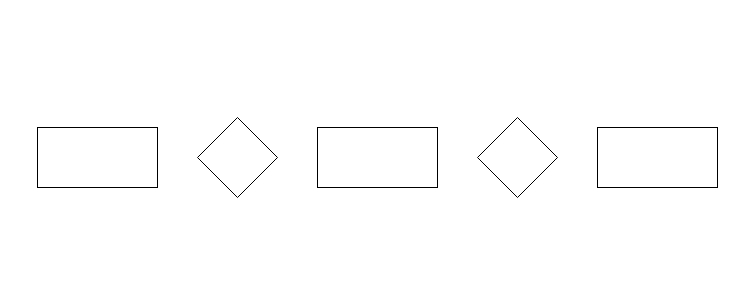
Earlier version of the draw.io diagram projetoloja.drawio (M4rquesGustavo/3ds). Source tidied: cells renumbered, new cells numbered last; positions are measured from the earlier drawing's top-left corner, leaving out a move shared by most shapes. Both pictures are drawn from the tidied source at 100%, with x=0, y=0 at pixel (37, 117).
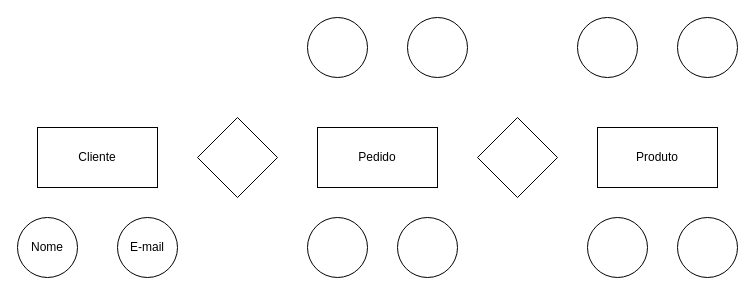
The same diagram, later.

Change to the diagram source:
```diff
@@
+    <mxCell id="7" value="Cliente" style="text;html=1;align=center;verticalAlign=middle;whiteSpace=wrap;rounded=0;" parent="1" vertex="1">
+      <mxGeometry x="30" y="25" width="60" height="30" as="geometry" />
+    </mxCell>
+    <mxCell id="8" value="Pedido" style="text;html=1;align=center;verticalAlign=middle;whiteSpace=wrap;rounded=0;" parent="1" vertex="1">
+      <mxGeometry x="310" y="25" width="60" height="30" as="geometry" />
+    </mxCell>
+    <mxCell id="9" value="Produto" style="text;html=1;align=center;verticalAlign=middle;whiteSpace=wrap;rounded=0;" parent="1" vertex="1">
+      <mxGeometry x="590" y="25" width="60" height="30" as="geometry" />
+    </mxCell>
+    <mxCell id="10" style="ellipse;whiteSpace=wrap;html=1;" parent="1" vertex="1">
+      <mxGeometry x="-20" y="100" width="60" height="60" as="geometry" />
+    </mxCell>
+    <mxCell id="11" style="ellipse;whiteSpace=wrap;html=1;" parent="1" vertex="1">
+      <mxGeometry x="270" y="-100" width="60" height="60" as="geometry" />
+    </mxCell>
+    <mxCell id="12" style="ellipse;whiteSpace=wrap;html=1;" parent="1" vertex="1">
+      <mxGeometry x="80" y="100" width="60" height="60" as="geometry" />
+    </mxCell>
+    <mxCell id="13" style="ellipse;whiteSpace=wrap;html=1;" parent="1" vertex="1">
+      <mxGeometry x="640" y="-100" width="60" height="60" as="geometry" />
+    </mxCell>
+    <mxCell id="14" style="ellipse;whiteSpace=wrap;html=1;" parent="1" vertex="1">
+      <mxGeometry x="540" y="-100" width="60" height="60" as="geometry" />
+    </mxCell>
+    <mxCell id="15" style="ellipse;whiteSpace=wrap;html=1;" parent="1" vertex="1">
+      <mxGeometry x="640" y="100" width="60" height="60" as="geometry" />
+    </mxCell>
+    <mxCell id="16" style="ellipse;whiteSpace=wrap;html=1;" parent="1" vertex="1">
+      <mxGeometry x="550" y="100" width="60" height="60" as="geometry" />
+    </mxCell>
+    <mxCell id="17" style="ellipse;whiteSpace=wrap;html=1;" parent="1" vertex="1">
+      <mxGeometry x="370" y="-100" width="60" height="60" as="geometry" />
+    </mxCell>
+    <mxCell id="18" style="ellipse;whiteSpace=wrap;html=1;" parent="1" vertex="1">
+      <mxGeometry x="360" y="100" width="60" height="60" as="geometry" />
+    </mxCell>
+    <mxCell id="19" style="ellipse;whiteSpace=wrap;html=1;" parent="1" vertex="1">
+      <mxGeometry x="270" y="100" width="60" height="60" as="geometry" />
+    </mxCell>
+    <mxCell id="20" value="Nome" style="text;html=1;align=center;verticalAlign=middle;whiteSpace=wrap;rounded=0;" parent="1" vertex="1">
+      <mxGeometry x="-20" y="115" width="60" height="30" as="geometry" />
+    </mxCell>
+    <mxCell id="21" value="E-mail" style="text;html=1;align=center;verticalAlign=middle;whiteSpace=wrap;rounded=0;" parent="1" vertex="1">
+      <mxGeometry x="80" y="115" width="60" height="30" as="geometry" />
+    </mxCell>
```
